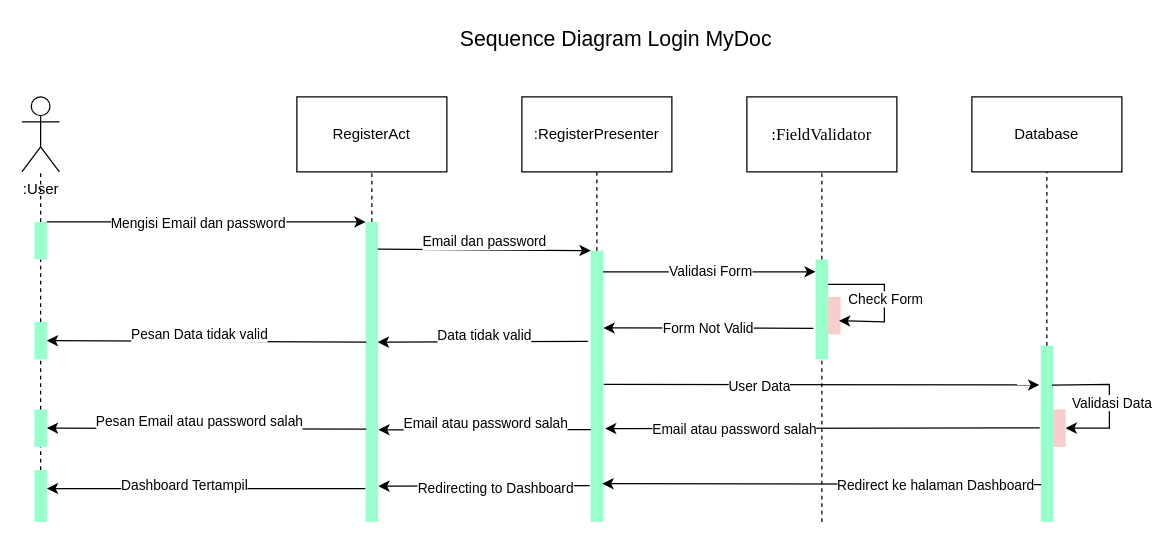
Earlier version of the draw.io diagram page "Login" (2 of 4) of documents/squance_diagram.drawio (codernewbie04/MyDoc). Source tidied: cells renumbered, new cells numbered last; positions are measured from the earlier drawing's top-left corner, leaving out a move shared by most shapes. Both pictures are drawn from the tidied source at 125%, with x=0, y=0 at pixel (21, 21).
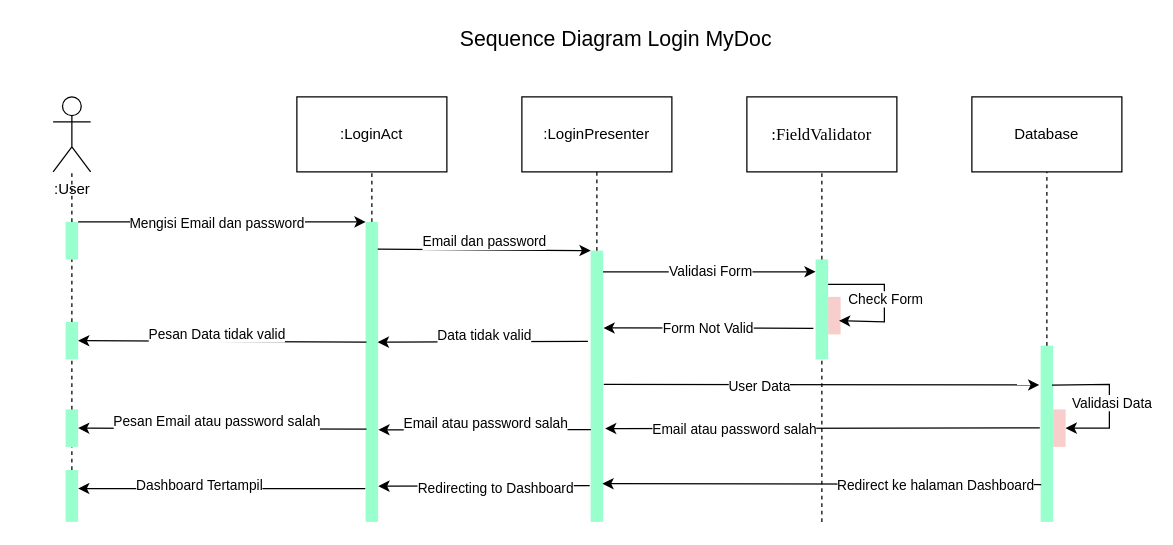
The same diagram, later.

Change to the diagram source:
```diff
@@
     <mxCell id="2" value=":User" style="shape=umlActor;verticalLabelPosition=bottom;verticalAlign=top;html=1;" parent="1" vertex="1">
-      <mxGeometry y="60" width="30" height="60" as="geometry" />
+      <mxGeometry x="25" y="60" width="30" height="60" as="geometry" />
     </mxCell>
-    <mxCell id="3" value="RegisterAct" style="rounded=0;whiteSpace=wrap;html=1;" parent="1" vertex="1">
+    <mxCell id="3" value=":LoginAct" style="rounded=0;whiteSpace=wrap;html=1;" parent="1" vertex="1">
       <mxGeometry x="220" y="60" width="120" height="60" as="geometry" />
     </mxCell>
@@
     <mxCell id="6" style="rounded=0;whiteSpace=wrap;html=1;fillColor=#99FFCC;strokeColor=none;" parent="1" vertex="1">
-      <mxGeometry x="10" y="160" width="10" height="30" as="geometry" />
+      <mxGeometry x="35" y="160" width="10" height="30" as="geometry" />
     </mxCell>
@@
-    <mxCell id="10" value=":RegisterPresenter" style="rounded=0;whiteSpace=wrap;html=1;" parent="1" vertex="1">
+    <mxCell id="10" value=":LoginPresenter" style="rounded=0;whiteSpace=wrap;html=1;" parent="1" vertex="1">
       <mxGeometry x="400" y="60" width="120" height="60" as="geometry" />
     </mxCell>
@@
     <mxCell id="20" style="rounded=0;whiteSpace=wrap;html=1;fillColor=#99FFCC;strokeColor=none;" parent="1" vertex="1">
-      <mxGeometry x="10" y="240" width="10" height="30" as="geometry" />
+      <mxGeometry x="35" y="240" width="10" height="30" as="geometry" />
     </mxCell>
@@
     <mxCell id="34" style="rounded=0;whiteSpace=wrap;html=1;fillColor=#99FFCC;strokeColor=none;" parent="1" vertex="1">
-      <mxGeometry x="10" y="310" width="10" height="30" as="geometry" />
+      <mxGeometry x="35" y="310" width="10" height="30" as="geometry" />
     </mxCell>
@@
     <mxCell id="45" style="rounded=0;whiteSpace=wrap;html=1;fillColor=#99FFCC;strokeColor=none;" parent="1" vertex="1">
-      <mxGeometry x="10" y="358.5" width="10" height="41.5" as="geometry" />
+      <mxGeometry x="35" y="358.5" width="10" height="41.5" as="geometry" />
     </mxCell>
```
